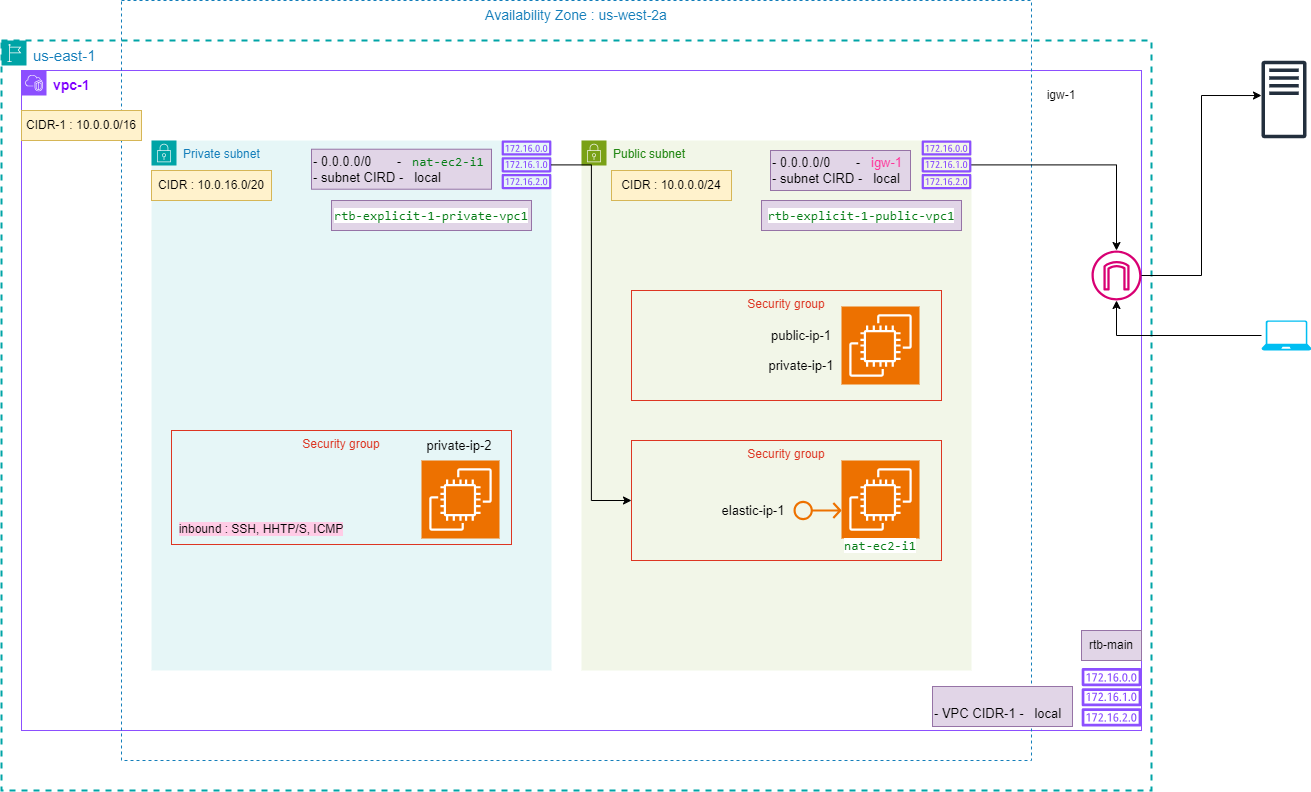
This is aws/img/draw-io/VPC-1.drawio.png from lekhrajdinkar/02-spring, a draw.io export, as it was before one commit. Source tidied: cells renumbered, new cells last; positions are measured from the earlier drawing's top-left corner, leaving out a move shared by most shapes.
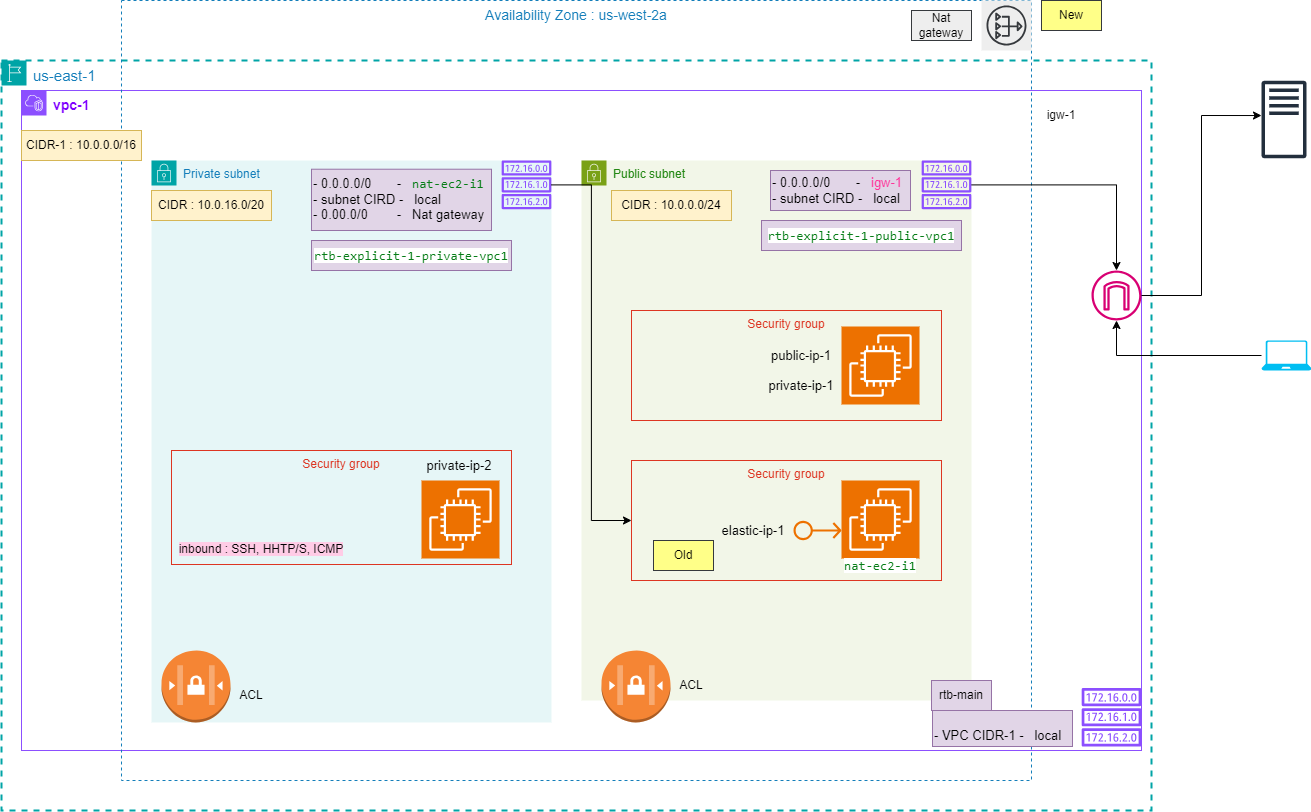
After the commit.

Commit message:
VPC : nat gateway update

Diff of the diagram source:
```diff
@@ -9,10 +9,10 @@
       <mxGeometry y="40" width="1150" height="750" as="geometry" />
     </mxCell>
     <mxCell id="4" value="&lt;font style=&quot;font-size: 14px;&quot;&gt;Availability Zone : us-west-2a&lt;/font&gt;&lt;div style=&quot;font-size: 14px;&quot;&gt;&lt;br&gt;&lt;/div&gt;" style="fillColor=none;strokeColor=#147EBA;dashed=1;verticalAlign=top;fontStyle=0;fontColor=#147EBA;whiteSpace=wrap;html=1;" parent="3" vertex="1">
-      <mxGeometry x="120" y="-40" width="910" height="760" as="geometry" />
+      <mxGeometry x="120" y="-60" width="910" height="780" as="geometry" />
     </mxCell>
     <mxCell id="5" value="Private subnet" style="gradientColor=none;html=1;whiteSpace=wrap;fontSize=12;fontStyle=0;shape=mxgraph.aws4.group;grIcon=mxgraph.aws4.group_security_group;grStroke=0;strokeColor=#00A4A6;fillColor=#E6F6F7;verticalAlign=top;align=left;spacingLeft=30;fontColor=#147EBA;dashed=0;" parent="3" vertex="1">
-      <mxGeometry x="150" y="100" width="400" height="530" as="geometry" />
+      <mxGeometry x="150" y="100" width="400" height="562" as="geometry" />
     </mxCell>
     <mxCell id="6" style="sketch=0;outlineConnect=0;fontColor=#232F3E;gradientColor=none;fillColor=#8C4FFF;strokeColor=none;dashed=0;verticalLabelPosition=bottom;verticalAlign=top;align=center;html=1;fontSize=12;fontStyle=0;shape=mxgraph.aws4.route_table;" parent="5" vertex="1">
       <mxGeometry x="350" width="50" height="48.7" as="geometry" />
@@ -20,11 +20,17 @@
     <mxCell id="7" value="CIDR : 10.0.16.0/20" style="text;html=1;align=center;verticalAlign=middle;whiteSpace=wrap;rounded=0;fillColor=#fff2cc;strokeColor=#d6b656;" parent="5" vertex="1">
       <mxGeometry y="30" width="120" height="30" as="geometry" />
     </mxCell>
-    <mxCell id="8" value="&lt;font style=&quot;font-size: 13px;&quot;&gt;- 0.0.0.0/0&amp;nbsp; &amp;nbsp; &amp;nbsp; &amp;nbsp;-&amp;nbsp; &amp;nbsp;&lt;/font&gt;&lt;span style=&quot;color: rgb(6, 125, 23); font-family: &amp;quot;JetBrains Mono&amp;quot;, monospace; font-size: 9.8pt; text-align: center; background-color: initial;&quot;&gt;nat-ec2-i1&lt;/span&gt;&lt;div style=&quot;font-size: 13px;&quot;&gt;&lt;font style=&quot;font-size: 13px;&quot;&gt;- subnet CIRD -&amp;nbsp; &amp;nbsp;local&lt;/font&gt;&lt;/div&gt;" style="text;html=1;align=left;verticalAlign=middle;whiteSpace=wrap;rounded=0;fillColor=#e1d5e7;strokeColor=#9673a6;" parent="5" vertex="1">
-      <mxGeometry x="160" y="8.7" width="180" height="40" as="geometry" />
+    <mxCell id="8" value="&lt;font style=&quot;font-size: 13px;&quot;&gt;- 0.0.0.0/0&amp;nbsp; &amp;nbsp; &amp;nbsp; &amp;nbsp;-&amp;nbsp; &amp;nbsp;&lt;/font&gt;&lt;span style=&quot;color: rgb(6, 125, 23); font-family: &amp;quot;JetBrains Mono&amp;quot;, monospace; font-size: 9.8pt; text-align: center; background-color: initial;&quot;&gt;nat-ec2-i1&lt;/span&gt;&lt;div style=&quot;font-size: 13px;&quot;&gt;&lt;font style=&quot;font-size: 13px;&quot;&gt;- subnet CIRD -&amp;nbsp; &amp;nbsp;local&lt;/font&gt;&lt;/div&gt;&lt;div style=&quot;font-size: 13px;&quot;&gt;&lt;font style=&quot;font-size: 13px;&quot;&gt;- 0.00.0/0&amp;nbsp; &amp;nbsp; &amp;nbsp; &amp;nbsp; -&amp;nbsp; &amp;nbsp;Nat gateway&lt;/font&gt;&lt;/div&gt;" style="text;html=1;align=left;verticalAlign=middle;whiteSpace=wrap;rounded=0;fillColor=#e1d5e7;strokeColor=#9673a6;" parent="5" vertex="1">
+      <mxGeometry x="160" y="8.7" width="180" height="61.3" as="geometry" />
     </mxCell>
+    <mxCell id="40" style="dashed=0;verticalLabelPosition=bottom;verticalAlign=top;align=center;html=1;shape=mxgraph.aws3.network_access_controllist;fillColor=#F58534;gradientColor=none;" parent="5" vertex="1">
+      <mxGeometry x="10" y="490" width="69" height="72" as="geometry" />
+    </mxCell>
+    <mxCell id="41" value="ACL" style="text;html=1;align=center;verticalAlign=middle;whiteSpace=wrap;rounded=0;" parent="5" vertex="1">
+      <mxGeometry x="70" y="520" width="60" height="30" as="geometry" />
+    </mxCell>
     <mxCell id="9" value="Public subnet" style="gradientColor=none;html=1;whiteSpace=wrap;fontSize=12;fontStyle=0;shape=mxgraph.aws4.group;grIcon=mxgraph.aws4.group_security_group;grStroke=0;strokeColor=#7AA116;fillColor=#F2F6E8;verticalAlign=top;align=left;spacingLeft=30;fontColor=#248814;dashed=0;" parent="3" vertex="1">
-      <mxGeometry x="580" y="100" width="390" height="530" as="geometry" />
+      <mxGeometry x="580" y="100" width="390" height="540" as="geometry" />
     </mxCell>
     <mxCell id="10" value="Security group" style="fillColor=none;strokeColor=#DD3522;verticalAlign=top;fontStyle=0;fontColor=#DD3522;whiteSpace=wrap;html=1;" parent="9" vertex="1">
       <mxGeometry x="50" y="300" width="310" height="120" as="geometry" />
@@ -62,6 +68,12 @@
     <mxCell id="21" value="&lt;div style=&quot;background-color:#ffffff;color:#080808&quot;&gt;&lt;pre style=&quot;font-family:'JetBrains Mono',monospace;font-size:9.8pt;&quot;&gt;&lt;span style=&quot;color:#067d17;&quot;&gt;rtb-explicit-1-public-vpc1&lt;/span&gt;&lt;/pre&gt;&lt;/div&gt;" style="text;html=1;align=center;verticalAlign=middle;whiteSpace=wrap;rounded=0;fillColor=#e1d5e7;strokeColor=#9673a6;" parent="9" vertex="1">
       <mxGeometry x="180" y="60" width="200" height="30" as="geometry" />
     </mxCell>
+    <mxCell id="42" value="Old" style="text;html=1;align=center;verticalAlign=middle;whiteSpace=wrap;rounded=0;fillColor=#ffff88;strokeColor=#36393d;" parent="9" vertex="1">
+      <mxGeometry x="72" y="380" width="60" height="30" as="geometry" />
+    </mxCell>
+    <mxCell id="43" value="ACL" style="text;html=1;align=center;verticalAlign=middle;whiteSpace=wrap;rounded=0;" parent="9" vertex="1">
+      <mxGeometry x="80" y="510" width="60" height="30" as="geometry" />
+    </mxCell>
     <mxCell id="22" style="edgeStyle=orthogonalEdgeStyle;rounded=0;jettySize=auto;html=1;" parent="3" edge="1" source="23" target="26">
       <mxGeometry relative="1" as="geometry" />
     </mxCell>
@@ -87,7 +99,7 @@
       <mxGeometry x="1080" y="627.5" width="60" height="58.5" as="geometry" />
     </mxCell>
     <mxCell id="30" value="rtb-main" style="text;html=1;align=center;verticalAlign=middle;whiteSpace=wrap;rounded=0;fillColor=#e1d5e7;strokeColor=#9673a6;" parent="3" vertex="1">
-      <mxGeometry x="1080" y="590" width="60" height="30" as="geometry" />
+      <mxGeometry x="930" y="620" width="60" height="30" as="geometry" />
     </mxCell>
     <mxCell id="31" value="igw-1" style="text;html=1;align=center;verticalAlign=middle;whiteSpace=wrap;rounded=0;" parent="3" vertex="1">
       <mxGeometry x="1030" y="40" width="60" height="30" as="geometry" />
@@ -99,11 +111,20 @@
       <mxGeometry x="20" y="70" width="120" height="30" as="geometry" />
     </mxCell>
     <mxCell id="34" value="&lt;div style=&quot;background-color:#ffffff;color:#080808&quot;&gt;&lt;pre style=&quot;font-family:'JetBrains Mono',monospace;font-size:9.8pt;&quot;&gt;&lt;span style=&quot;color:#067d17;&quot;&gt;rtb-explicit-1-private-vpc1&lt;/span&gt;&lt;/pre&gt;&lt;/div&gt;" style="text;html=1;align=center;verticalAlign=middle;whiteSpace=wrap;rounded=0;fillColor=#e1d5e7;strokeColor=#9673a6;" parent="3" vertex="1">
-      <mxGeometry x="330" y="160" width="200" height="30" as="geometry" />
+      <mxGeometry x="310" y="180" width="200" height="30" as="geometry" />
     </mxCell>
     <mxCell id="35" value="&lt;br&gt;&lt;div style=&quot;font-size: 13px;&quot;&gt;&lt;font style=&quot;font-size: 13px;&quot;&gt;- VPC CIDR-1 -&amp;nbsp; &amp;nbsp;local&lt;/font&gt;&lt;/div&gt;" style="text;html=1;align=left;verticalAlign=middle;whiteSpace=wrap;rounded=0;fillColor=#e1d5e7;strokeColor=#9673a6;" parent="3" vertex="1">
-      <mxGeometry x="931" y="646" width="140" height="40" as="geometry" />
+      <mxGeometry x="931" y="650" width="140" height="36" as="geometry" />
     </mxCell>
+    <mxCell id="44" value="Nat gateway" style="text;html=1;align=center;verticalAlign=middle;whiteSpace=wrap;rounded=0;fillColor=#eeeeee;strokeColor=#36393d;" parent="3" vertex="1">
+      <mxGeometry x="910" y="-50" width="60" height="30" as="geometry" />
+    </mxCell>
+    <mxCell id="45" style="sketch=0;dashed=0;verticalLabelPosition=bottom;verticalAlign=top;align=center;html=1;fontSize=12;fontStyle=0;shape=mxgraph.aws4.resourceIcon;resIcon=mxgraph.aws4.nat_gateway;fillColor=#eeeeee;strokeColor=#36393d;" parent="3" vertex="1">
+      <mxGeometry x="980" y="-60" width="50" height="50" as="geometry" />
+    </mxCell>
+    <mxCell id="46" style="dashed=0;verticalLabelPosition=bottom;verticalAlign=top;align=center;html=1;shape=mxgraph.aws3.network_access_controllist;fillColor=#F58534;gradientColor=none;" parent="3" vertex="1">
+      <mxGeometry x="600" y="590" width="69" height="72" as="geometry" />
+    </mxCell>
     <mxCell id="36" style="sketch=0;outlineConnect=0;fontColor=#232F3E;gradientColor=none;fillColor=#232F3D;strokeColor=none;dashed=0;verticalLabelPosition=bottom;verticalAlign=top;align=center;html=1;fontSize=12;fontStyle=0;shape=mxgraph.aws4.traditional_server;" parent="1" vertex="1">
       <mxGeometry x="1260" y="60" width="45" height="78" as="geometry" />
     </mxCell>
@@ -116,5 +137,8 @@
     <mxCell id="39" style="verticalLabelPosition=bottom;html=1;verticalAlign=top;align=center;strokeColor=none;fillColor=#00BEF2;shape=mxgraph.azure.laptop;" parent="1" vertex="1">
       <mxGeometry x="1260" y="320" width="50" height="30" as="geometry" />
     </mxCell>
+    <mxCell id="47" value="New" style="text;html=1;align=center;verticalAlign=middle;whiteSpace=wrap;rounded=0;fillColor=#ffff88;strokeColor=#36393d;" parent="1" vertex="1">
+      <mxGeometry x="1040" y="-20" width="60" height="30" as="geometry" />
+    </mxCell>
   </root>
 </mxGraphModel>
```
